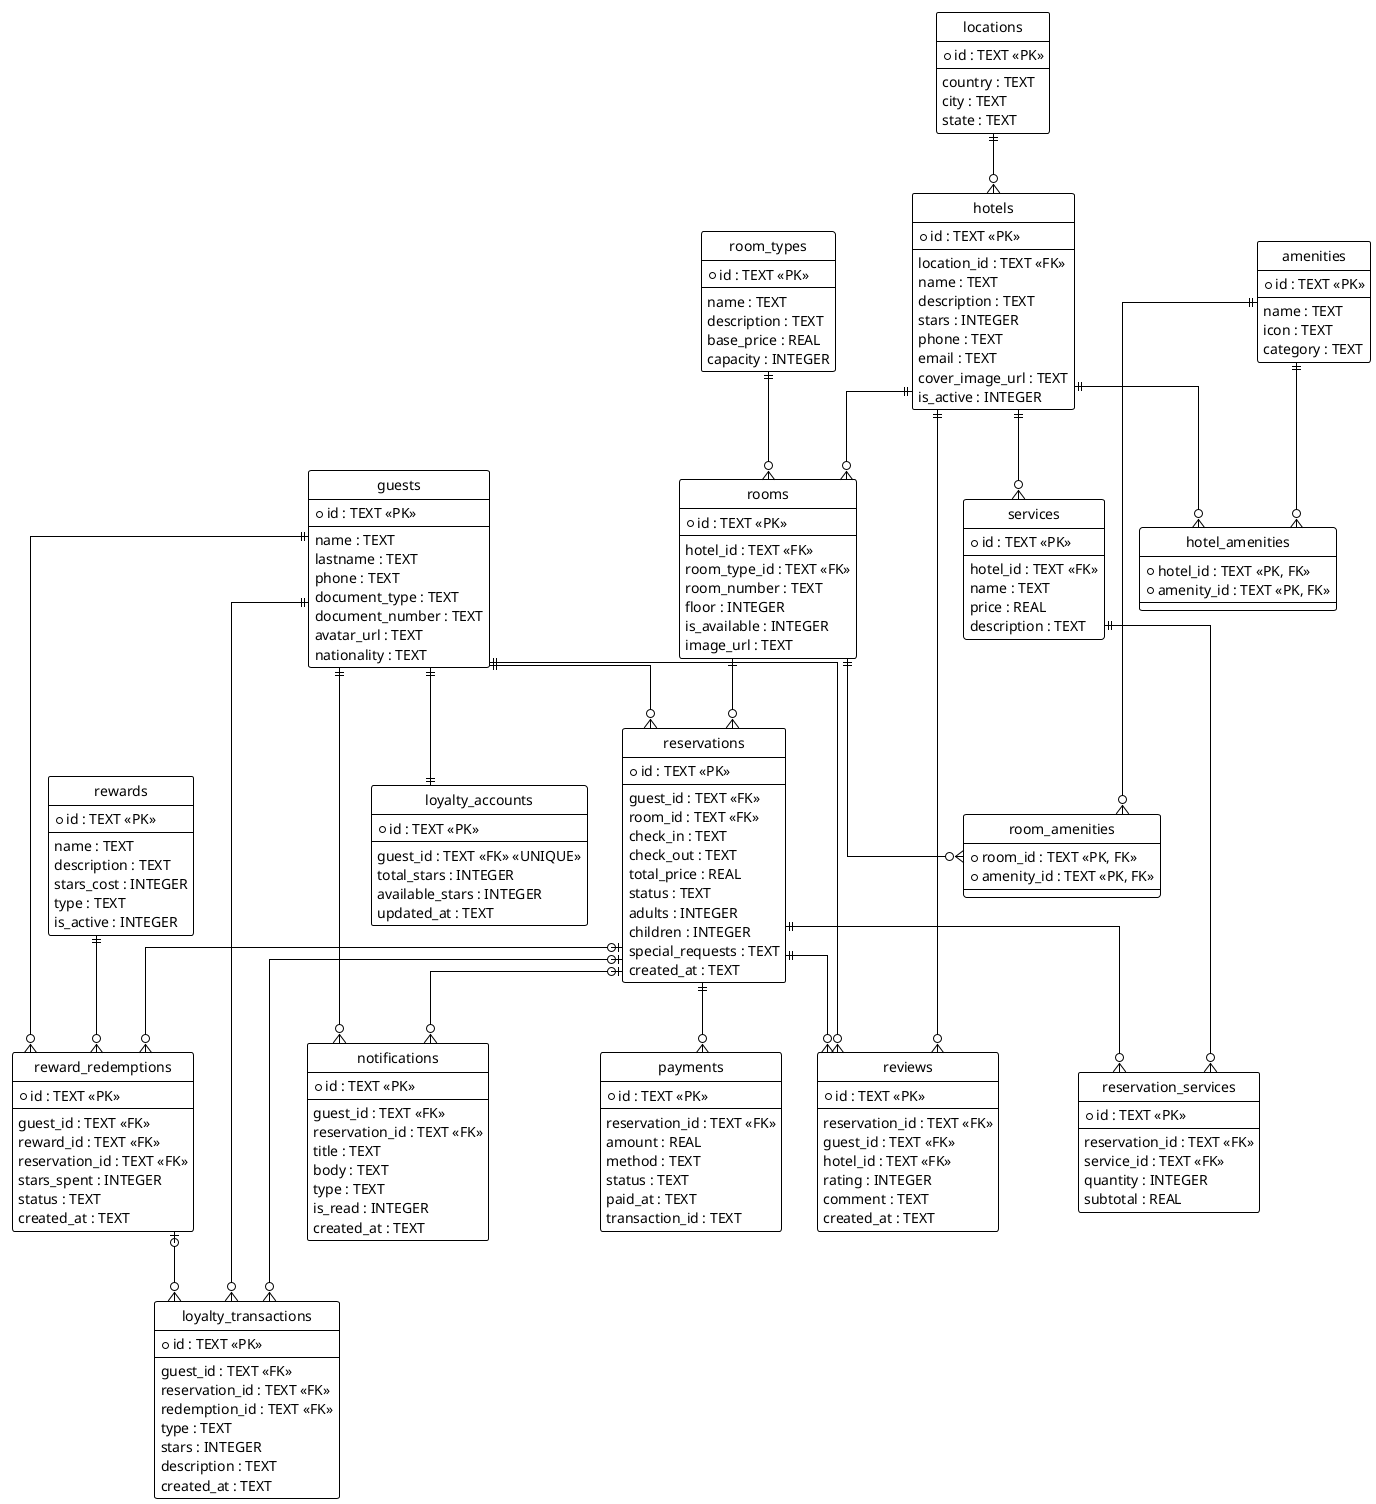
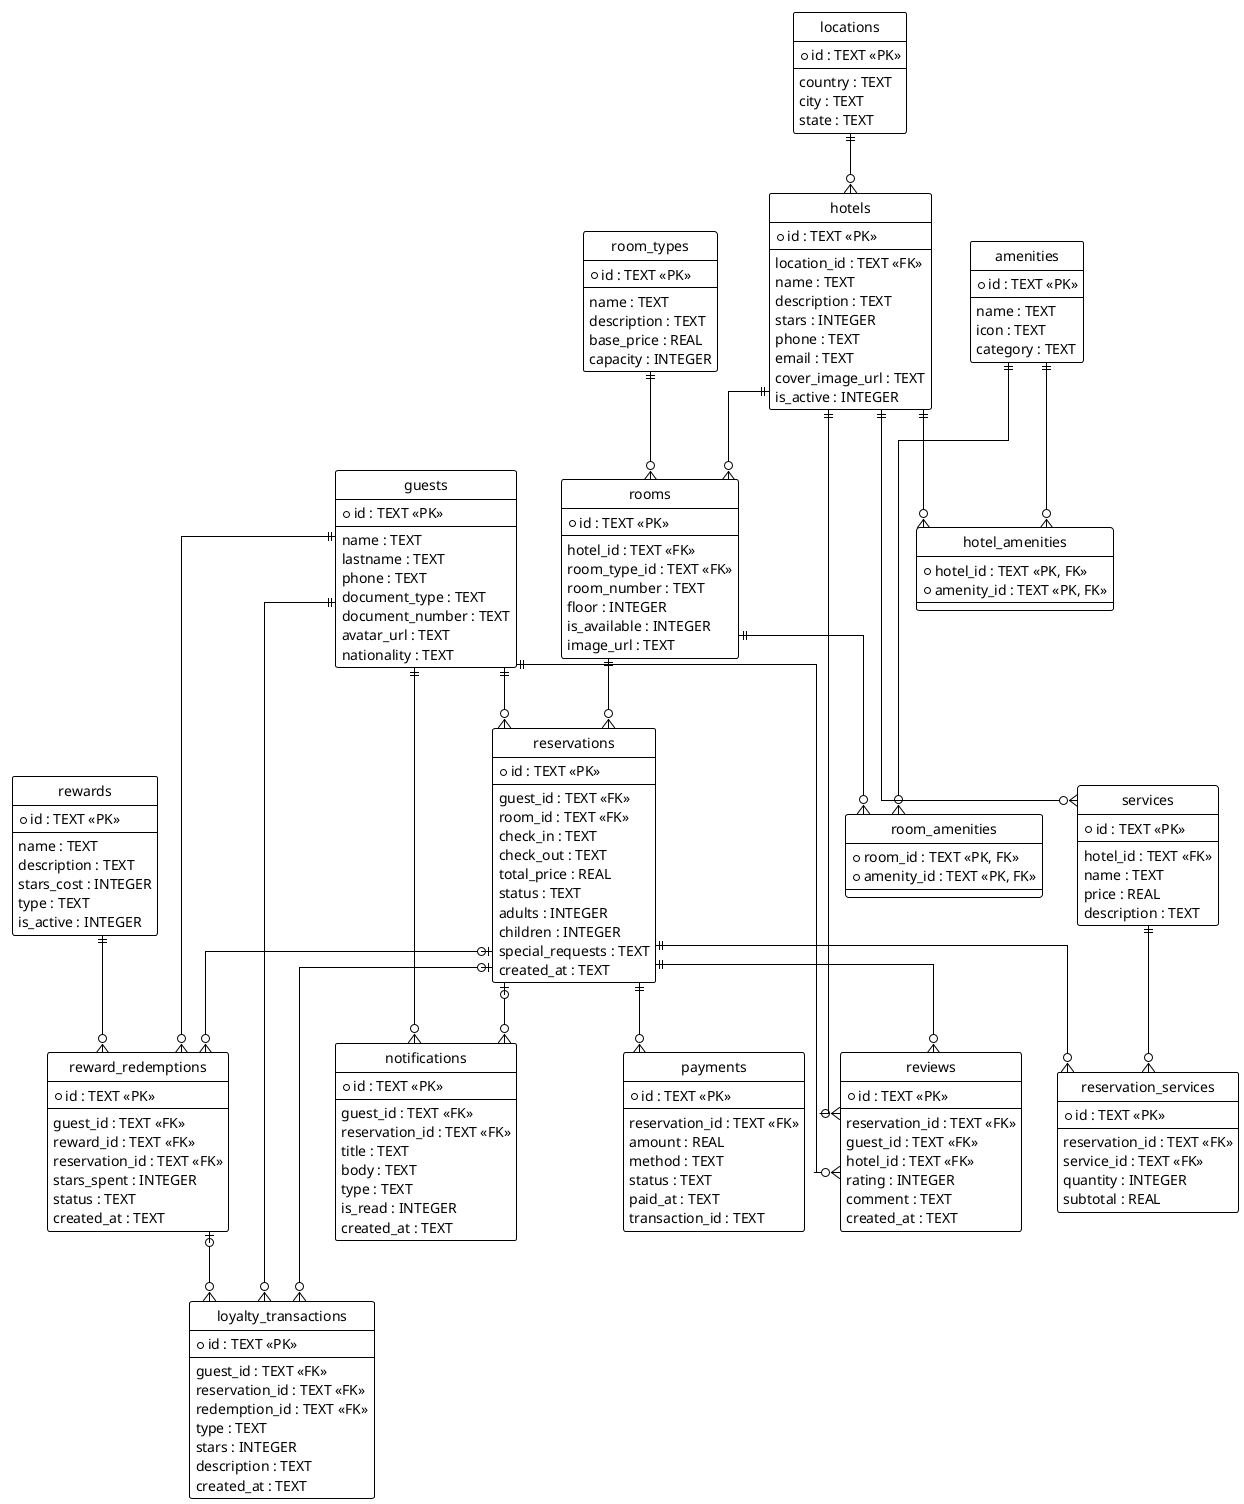
@startuml
' ============================================================
' DIAGRAMA ENTIDAD-RELACIÓN — SISTEMA RESERVA DE HOTELES
' Base de datos: SQLite3
' Tipos usados:
'   TEXT     → cadenas, UUIDs,
'              fechas ISO8601 (YYYY-MM-DD),
'              datetimes ISO8601 (YYYY-MM-DD HH:MM:SS)
'   check_in / check_out → TEXT (YYYY-MM-DD HH:MM:SS) incluye hora
'   INTEGER  → enteros y booleanos (0=false, 1=true)
'   REAL     → decimales (precios, porcentajes)
' ============================================================

!theme plain
hide circle
skinparam linetype ortho

' --- ENTIDADES ---

entity "locations" as L {
  * id : TEXT <<PK>>
  --
  country : TEXT
  city : TEXT
  state : TEXT
}

entity "hotels" as H {
  * id : TEXT <<PK>>
  --
  location_id : TEXT <<FK>>
  name : TEXT
  description : TEXT
  stars : INTEGER
  phone : TEXT
  email : TEXT
  cover_image_url : TEXT
  is_active : INTEGER
}

entity "room_types" as RT {
  * id : TEXT <<PK>>
  --
  name : TEXT
  description : TEXT
  base_price : REAL
  capacity : INTEGER
}

entity "rooms" as R {
  * id : TEXT <<PK>>
  --
  hotel_id : TEXT <<FK>>
  room_type_id : TEXT <<FK>>
  room_number : TEXT
  floor : INTEGER
  is_available : INTEGER
  image_url : TEXT
}

entity "guests" as G {
  * id : TEXT <<PK>>
  --
  name : TEXT
  lastname : TEXT
  phone : TEXT
  document_type : TEXT
  document_number : TEXT
  avatar_url : TEXT
  nationality : TEXT
}

- entity "loyalty_accounts" as LA {
-   * id : TEXT <<PK>>
-   --
-   guest_id : TEXT <<FK>> <<UNIQUE>>
-   total_stars : INTEGER
-   available_stars : INTEGER
-   updated_at : TEXT
- }
+ 

entity "reservations" as RES {
  * id : TEXT <<PK>>
  --
  guest_id : TEXT <<FK>>
  room_id : TEXT <<FK>>
  check_in : TEXT
  check_out : TEXT
  total_price : REAL
  status : TEXT
  adults : INTEGER
  children : INTEGER
  special_requests : TEXT
  created_at : TEXT
}

entity "payments" as P {
  * id : TEXT <<PK>>
  --
  reservation_id : TEXT <<FK>>
  amount : REAL
  method : TEXT
  status : TEXT
  paid_at : TEXT
  transaction_id : TEXT
}

entity "amenities" as AM {
  * id : TEXT <<PK>>
  --
  name : TEXT
  icon : TEXT
  category : TEXT
}

entity "hotel_amenities" as HA {
  * hotel_id : TEXT <<PK, FK>>
  * amenity_id : TEXT <<PK, FK>>
}

entity "room_amenities" as RA {
  * room_id : TEXT <<PK, FK>>
  * amenity_id : TEXT <<PK, FK>>
}

entity "services" as S {
  * id : TEXT <<PK>>
  --
  hotel_id : TEXT <<FK>>
  name : TEXT
  price : REAL
  description : TEXT
}

entity "reservation_services" as RS {
  * id : TEXT <<PK>>
  --
  reservation_id : TEXT <<FK>>
  service_id : TEXT <<FK>>
  quantity : INTEGER
  subtotal : REAL
}

entity "loyalty_transactions" as LTX {
  * id : TEXT <<PK>>
  --
  guest_id : TEXT <<FK>>
  reservation_id : TEXT <<FK>>
  redemption_id : TEXT <<FK>>
  type : TEXT
  stars : INTEGER
  description : TEXT
  created_at : TEXT
}

entity "rewards" as RW {
  * id : TEXT <<PK>>
  --
  name : TEXT
  description : TEXT
  stars_cost : INTEGER
  type : TEXT
  is_active : INTEGER
}

entity "reward_redemptions" as RR {
  * id : TEXT <<PK>>
  --
  guest_id : TEXT <<FK>>
  reward_id : TEXT <<FK>>
  reservation_id : TEXT <<FK>>
  stars_spent : INTEGER
  status : TEXT
  created_at : TEXT
}

entity "reviews" as REV {
  * id : TEXT <<PK>>
  --
  reservation_id : TEXT <<FK>>
  guest_id : TEXT <<FK>>
  hotel_id : TEXT <<FK>>
  rating : INTEGER
  comment : TEXT
  created_at : TEXT
}

entity "notifications" as N {
  * id : TEXT <<PK>>
  --
  guest_id : TEXT <<FK>>
  reservation_id : TEXT <<FK>>
  title : TEXT
  body : TEXT
  type : TEXT
  is_read : INTEGER
  created_at : TEXT
}

' --- RELACIONES ---

L ||--o{ H
H ||--o{ R
RT ||--o{ R
G ||--o{ RES
R ||--o{ RES
RES ||--o{ P
RES ||--o{ RS
S ||--o{ RS
H ||--o{ S
H ||--o{ HA
AM ||--o{ HA
R ||--o{ RA
AM ||--o{ RA
- G ||--|| LA
+ 
G ||--o{ LTX
RES |o--o{ LTX
RR |o--o{ LTX
G ||--o{ RR
RW ||--o{ RR
RES |o--o{ RR
RES ||--o{ REV
G ||--o{ REV
H ||--o{ REV
G ||--o{ N
RES |o--o{ N

@enduml
